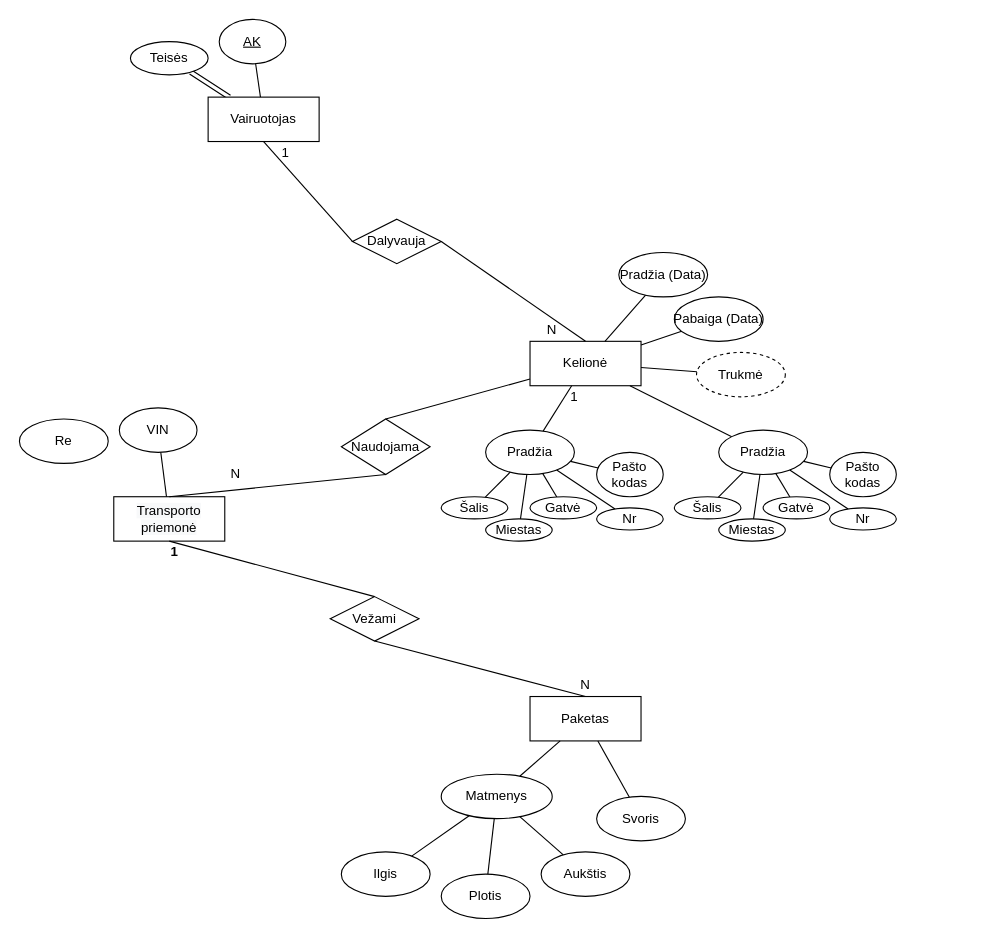
Earlier version of the draw.io diagram page "Page-1" (1 of 2) of Untitled Diagram.drawio (domanteli0/DBVS). Source tidied: cells renumbered, new cells numbered last; positions are measured from the earlier drawing's top-left corner, leaving out a move shared by most shapes. Both pictures are drawn from the tidied source at 111%, with x=0, y=0 at pixel (19, 19).
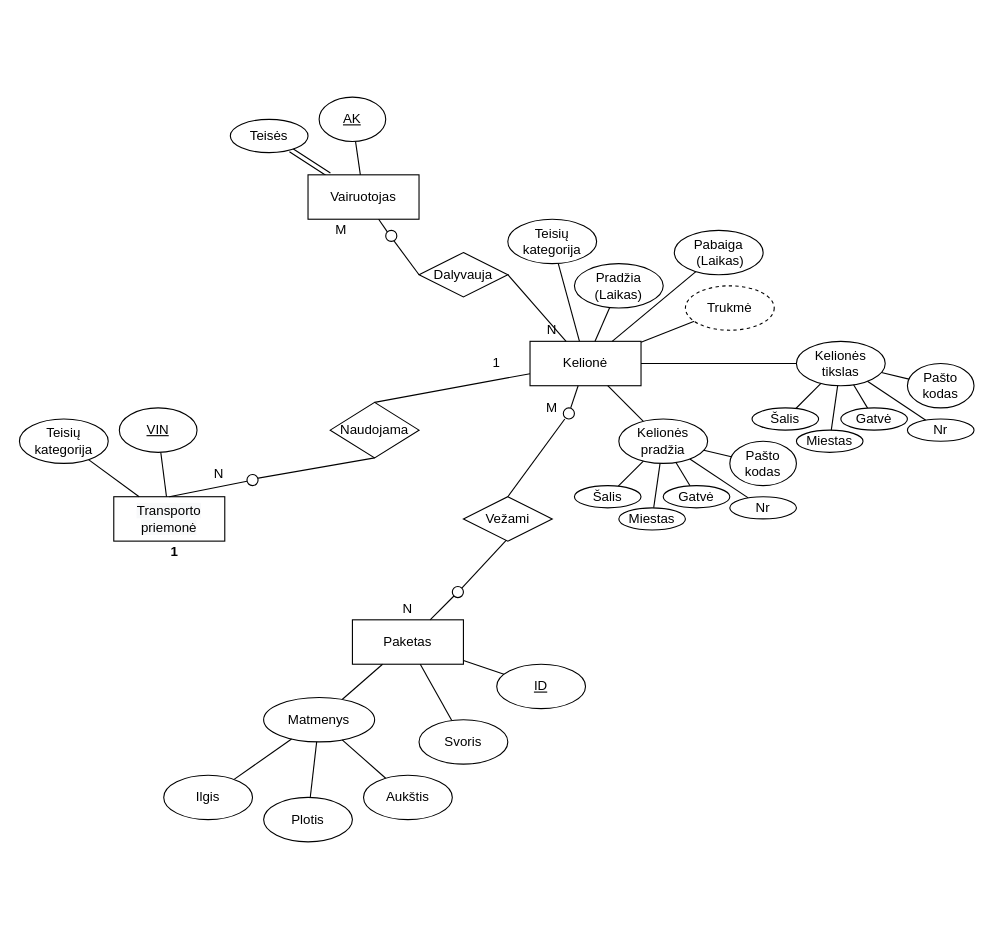
The same page after the edit.

Unchanged cells that the change refers to:
```xml
<mxCell id="5" value="Kelionė&lt;br&gt;" style="rounded=0;whiteSpace=wrap;html=1;" parent="1" vertex="1">
  <mxGeometry x="460" y="290" width="100" height="40" as="geometry" />
</mxCell>
<mxCell id="9" value="&lt;span style=&quot;caret-color: rgb(0, 0, 0); color: rgb(0, 0, 0); font-family: Helvetica; font-size: 12px; font-style: normal; font-variant-caps: normal; font-weight: 400; letter-spacing: normal; text-align: center; text-indent: 0px; text-transform: none; word-spacing: 0px; -webkit-text-stroke-width: 0px; background-color: rgb(248, 249, 250); text-decoration: none; float: none; display: inline !important;&quot;&gt;Transporto&lt;/span&gt;&lt;br style=&quot;caret-color: rgb(0, 0, 0); color: rgb(0, 0, 0); font-family: Helvetica; font-size: 12px; font-style: normal; font-variant-caps: normal; font-weight: 400; letter-spacing: normal; text-align: center; text-indent: 0px; text-transform: none; word-spacing: 0px; -webkit-text-stroke-width: 0px; text-decoration: none;&quot;&gt;&lt;span style=&quot;caret-color: rgb(0, 0, 0); color: rgb(0, 0, 0); font-family: Helvetica; font-size: 12px; font-style: normal; font-variant-caps: normal; font-weight: 400; letter-spacing: normal; text-align: center; text-indent: 0px; text-transform: none; word-spacing: 0px; -webkit-text-stroke-width: 0px; background-color: rgb(248, 249, 250); text-decoration: none; float: none; display: inline !important;&quot;&gt;priemonė&lt;/span&gt;" style="rounded=0;whiteSpace=wrap;html=1;" parent="1" vertex="1">
  <mxGeometry x="85" y="430" width="100" height="40" as="geometry" />
</mxCell>
```

Change to the diagram source:
```diff
@@
     <mxCell id="3" value="Vairuotojas" style="rounded=0;whiteSpace=wrap;html=1;" parent="1" vertex="1">
-      <mxGeometry x="170" y="70" width="100" height="40" as="geometry" />
+      <mxGeometry x="260" y="140" width="100" height="40" as="geometry" />
     </mxCell>
     <mxCell id="4" value="Teisės" style="ellipse;whiteSpace=wrap;html=1;" parent="1" vertex="1">
-      <mxGeometry x="100" y="20" width="70" height="30" as="geometry" />
+      <mxGeometry x="190" y="90" width="70" height="30" as="geometry" />
     </mxCell>
+    <mxCell id="68" style="edgeStyle=none;rounded=0;jettySize=auto;html=1;strokeWidth=1;fontFamily=Helvetica;fontSize=12;fontColor=default;endArrow=none;endFill=0;startSize=26;" parent="1" edge="1" source="5" target="80">
+      <mxGeometry relative="1" as="geometry" />
+    </mxCell>
@@
-    <mxCell id="7" value="1" style="shape=partialRectangle;whiteSpace=wrap;html=1;top=0;bottom=0;fillColor=none;strokeColor=none;sketch=0;noLabel=0;" parent="1" vertex="1">
-      <mxGeometry x="230" y="110" width="20" height="20" as="geometry" />
+    <mxCell id="7" value="M" style="shape=partialRectangle;whiteSpace=wrap;html=1;top=0;bottom=0;fillColor=none;strokeColor=none;sketch=0;noLabel=0;" parent="1" vertex="1">
+      <mxGeometry x="280" y="180" width="20" height="20" as="geometry" />
     </mxCell>
@@
     <mxCell id="10" value="Paketas" style="rounded=0;whiteSpace=wrap;html=1;" parent="1" vertex="1">
-      <mxGeometry x="460" y="610" width="100" height="40" as="geometry" />
+      <mxGeometry x="300" y="540.9" width="100" height="40" as="geometry" />
     </mxCell>
-    <mxCell id="11" style="endArrow=none;html=1;rounded=0;entryX=0.5;entryY=1;entryDx=0;entryDy=0;exitX=0.5;exitY=0;exitDx=0;exitDy=0;startArrow=none;" parent="1" edge="1" source="21" target="9">
+    <mxCell id="11" style="endArrow=none;html=1;rounded=0;exitX=0.5;exitY=0;exitDx=0;exitDy=0;startArrow=none;" parent="1" edge="1" source="21" target="73">
       <mxGeometry relative="1" as="geometry" />
     </mxCell>
     <mxCell id="12" value="N" style="shape=partialRectangle;whiteSpace=wrap;html=1;top=0;bottom=0;fillColor=none;strokeColor=none;sketch=0;noLabel=0;" parent="1" vertex="1">
-      <mxGeometry x="185" y="400" width="20" height="20" as="geometry" />
+      <mxGeometry x="170" y="400" width="20" height="20" as="geometry" />
     </mxCell>
     <mxCell id="13" value="1" style="shape=partialRectangle;whiteSpace=wrap;html=1;top=0;bottom=0;fillColor=none;strokeColor=none;sketch=0;noLabel=0;" parent="1" vertex="1">
-      <mxGeometry x="490" y="330" width="20" height="20" as="geometry" />
+      <mxGeometry x="420" y="300" width="20" height="20" as="geometry" />
     </mxCell>
@@
     <mxCell id="15" value="N" style="shape=partialRectangle;whiteSpace=wrap;html=1;top=0;bottom=0;fillColor=none;strokeColor=none;sketch=0;noLabel=0;" parent="1" vertex="1">
-      <mxGeometry x="500" y="590" width="20" height="20" as="geometry" />
+      <mxGeometry x="340" y="520.9" width="20" height="20" as="geometry" />
     </mxCell>
-    <mxCell id="16" style="edgeStyle=none;rounded=0;jettySize=auto;html=1;strokeWidth=1;fontFamily=Helvetica;fontSize=4;endArrow=none;endFill=0;entryX=0.5;entryY=1;entryDx=0;entryDy=0;exitX=0;exitY=0.5;exitDx=0;exitDy=0;" parent="1" edge="1" source="17" target="3">
+    <mxCell id="16" style="edgeStyle=none;rounded=0;jettySize=auto;html=1;strokeWidth=1;fontFamily=Helvetica;fontSize=4;endArrow=none;endFill=0;exitX=0;exitY=0.5;exitDx=0;exitDy=0;entryX=0.145;entryY=0.145;entryDx=0;entryDy=0;entryPerimeter=0;" parent="1" edge="1" source="17" target="82">
       <mxGeometry relative="1" as="geometry" />
     </mxCell>
     <mxCell id="17" value="&lt;font style=&quot;font-size: 12px;&quot;&gt;Dalyvauja&lt;br&gt;&lt;/font&gt;" style="rhombus;whiteSpace=wrap;html=1;sketch=0;fontFamily=Helvetica;fontSize=4;" parent="1" vertex="1">
-      <mxGeometry x="300" y="180" width="80" height="40" as="geometry" />
+      <mxGeometry x="360" y="210" width="80" height="40" as="geometry" />
     </mxCell>
-    <mxCell id="18" style="edgeStyle=none;rounded=0;jettySize=auto;html=1;strokeWidth=1;fontFamily=Helvetica;fontSize=4;endArrow=none;endFill=0;entryX=1;entryY=0.5;entryDx=0;entryDy=0;exitX=0.5;exitY=0;exitDx=0;exitDy=0;" parent="1" edge="1" source="5" target="17">
+    <mxCell id="18" style="edgeStyle=none;rounded=0;jettySize=auto;html=1;strokeWidth=1;fontFamily=Helvetica;fontSize=4;endArrow=none;endFill=0;entryX=1;entryY=0.5;entryDx=0;entryDy=0;" parent="1" edge="1" source="5" target="17">
       <mxGeometry relative="1" as="geometry" />
     </mxCell>
     <mxCell id="19" value="Naudojama" style="rhombus;whiteSpace=wrap;html=1;sketch=0;fontFamily=Helvetica;fontSize=12;" parent="1" vertex="1">
-      <mxGeometry x="290" y="360" width="80" height="50" as="geometry" />
+      <mxGeometry x="280" y="345" width="80" height="50" as="geometry" />
     </mxCell>
-    <mxCell id="20" style="endArrow=none;html=1;rounded=0;entryX=0.5;entryY=1;entryDx=0;entryDy=0;exitX=0.5;exitY=0;exitDx=0;exitDy=0;" parent="1" edge="1" source="9" target="19">
+    <mxCell id="20" style="endArrow=none;html=1;rounded=0;entryX=0.5;entryY=1;entryDx=0;entryDy=0;startArrow=none;exitX=0;exitY=0.5;exitDx=0;exitDy=0;exitPerimeter=0;" parent="1" edge="1" source="74" target="19">
       <mxGeometry relative="1" as="geometry" />
     </mxCell>
     <mxCell id="21" value="Vežami" style="rhombus;whiteSpace=wrap;html=1;sketch=0;fontFamily=Helvetica;fontSize=12;" parent="1" vertex="1">
-      <mxGeometry x="280" y="520" width="80" height="40" as="geometry" />
+      <mxGeometry x="400" y="430" width="80" height="40" as="geometry" />
     </mxCell>
-    <mxCell id="22" style="endArrow=none;html=1;rounded=0;entryX=0.5;entryY=1;entryDx=0;entryDy=0;exitX=0.5;exitY=0;exitDx=0;exitDy=0;" parent="1" edge="1" source="10" target="21">
-      <mxGeometry relative="1" as="geometry" />
-    </mxCell>
@@
     <mxCell id="24" value="Matmenys" style="ellipse;whiteSpace=wrap;html=1;sketch=0;fontFamily=Helvetica;fontSize=12;" parent="1" vertex="1">
-      <mxGeometry x="380" y="680" width="100" height="40" as="geometry" />
+      <mxGeometry x="220" y="610.9" width="100" height="40" as="geometry" />
     </mxCell>
@@
     <mxCell id="26" value="Ilgis" style="ellipse;whiteSpace=wrap;html=1;sketch=0;fontFamily=Helvetica;fontSize=12;" parent="1" vertex="1">
-      <mxGeometry x="290" y="750" width="80" height="40" as="geometry" />
+      <mxGeometry x="130" y="680.9" width="80" height="40" as="geometry" />
     </mxCell>
@@
     <mxCell id="28" value="Plotis" style="ellipse;whiteSpace=wrap;html=1;sketch=0;fontFamily=Helvetica;fontSize=12;" parent="1" vertex="1">
-      <mxGeometry x="380" y="770" width="80" height="40" as="geometry" />
+      <mxGeometry x="220" y="700.9" width="80" height="40" as="geometry" />
     </mxCell>
@@
     <mxCell id="30" value="Aukštis" style="ellipse;whiteSpace=wrap;html=1;sketch=0;fontFamily=Helvetica;fontSize=12;" parent="1" vertex="1">
-      <mxGeometry x="470" y="750" width="80" height="40" as="geometry" />
+      <mxGeometry x="310" y="680.9" width="80" height="40" as="geometry" />
     </mxCell>
@@
     <mxCell id="32" value="Svoris&lt;br&gt;" style="ellipse;whiteSpace=wrap;html=1;sketch=0;fontFamily=Helvetica;fontSize=12;" parent="1" vertex="1">
-      <mxGeometry x="520" y="700" width="80" height="40" as="geometry" />
+      <mxGeometry x="360" y="630.9" width="80" height="40" as="geometry" />
     </mxCell>
@@
     <mxCell id="34" value="&lt;u&gt;AK&lt;/u&gt;" style="ellipse;whiteSpace=wrap;html=1;sketch=0;fontFamily=Helvetica;fontSize=12;" parent="1" vertex="1">
-      <mxGeometry x="180" width="60" height="40" as="geometry" />
+      <mxGeometry x="270" y="70" width="60" height="40" as="geometry" />
     </mxCell>
@@
-    <mxCell id="36" value="Pradžia (Data)" style="ellipse;whiteSpace=wrap;html=1;sketch=0;fontFamily=Helvetica;fontSize=12;" parent="1" vertex="1">
-      <mxGeometry x="540" y="210" width="80" height="40" as="geometry" />
+    <mxCell id="36" value="Pradžia (Laikas)" style="ellipse;whiteSpace=wrap;html=1;sketch=0;fontFamily=Helvetica;fontSize=12;" parent="1" vertex="1">
+      <mxGeometry x="500" y="220" width="80" height="40" as="geometry" />
     </mxCell>
-    <mxCell id="37" style="edgeStyle=none;rounded=0;jettySize=auto;html=1;strokeWidth=1;fontFamily=Helvetica;fontSize=12;endArrow=none;endFill=0;" parent="1" edge="1" source="38" target="5">
+    <mxCell id="37" style="edgeStyle=none;rounded=0;jettySize=auto;html=1;strokeWidth=1;fontFamily=Helvetica;fontSize=12;fontColor=default;endArrow=none;endFill=0;startSize=26;" parent="1" edge="1" source="38" target="5">
       <mxGeometry relative="1" as="geometry" />
     </mxCell>
-    <mxCell id="38" value="Pabaiga&amp;nbsp;(Data)" style="ellipse;whiteSpace=wrap;html=1;sketch=0;fontFamily=Helvetica;fontSize=12;" parent="1" vertex="1">
-      <mxGeometry x="590" y="250" width="80" height="40" as="geometry" />
+    <mxCell id="38" value="Pabaiga&lt;br&gt;&amp;nbsp;(Laikas)" style="ellipse;html=1;sketch=0;fontFamily=Helvetica;fontSize=12;align=center;whiteSpace=wrap;" parent="1" vertex="1">
+      <mxGeometry x="590" y="190" width="80" height="40" as="geometry" />
     </mxCell>
-    <mxCell id="39" style="edgeStyle=none;rounded=0;jettySize=auto;html=1;strokeWidth=1;fontFamily=Helvetica;fontSize=12;endArrow=none;endFill=0;" parent="1" edge="1" source="40" target="5">
+    <mxCell id="39" style="edgeStyle=none;rounded=0;jettySize=auto;html=1;strokeWidth=1;fontFamily=Helvetica;fontSize=12;fontColor=default;endArrow=none;endFill=0;startSize=26;" parent="1" edge="1" source="40" target="5">
       <mxGeometry relative="1" as="geometry" />
     </mxCell>
     <mxCell id="40" value="Trukmė" style="ellipse;whiteSpace=wrap;html=1;sketch=0;fontFamily=Helvetica;fontSize=12;dashed=1;" parent="1" vertex="1">
-      <mxGeometry x="610" y="300" width="80" height="40" as="geometry" />
+      <mxGeometry x="600" y="240" width="80" height="40" as="geometry" />
     </mxCell>
@@
-    <mxCell id="42" value="Pradžia" style="ellipse;whiteSpace=wrap;html=1;sketch=0;fontFamily=Helvetica;fontSize=12;" parent="1" vertex="1">
-      <mxGeometry x="630" y="370" width="80" height="40" as="geometry" />
+    <mxCell id="42" value="Kelionės tikslas" style="ellipse;whiteSpace=wrap;html=1;sketch=0;fontFamily=Helvetica;fontSize=12;" parent="1" vertex="1">
+      <mxGeometry x="700" y="290" width="80" height="40" as="geometry" />
     </mxCell>
@@
     <mxCell id="44" value="Šalis" style="ellipse;whiteSpace=wrap;html=1;sketch=0;fontFamily=Helvetica;fontSize=12;" parent="1" vertex="1">
-      <mxGeometry x="590" y="430" width="60" height="20" as="geometry" />
+      <mxGeometry x="660" y="350" width="60" height="20" as="geometry" />
     </mxCell>
@@
     <mxCell id="46" value="Miestas" style="ellipse;whiteSpace=wrap;html=1;sketch=0;fontFamily=Helvetica;fontSize=12;" parent="1" vertex="1">
-      <mxGeometry x="630" y="450" width="60" height="20" as="geometry" />
+      <mxGeometry x="700" y="370" width="60" height="20" as="geometry" />
     </mxCell>
@@
     <mxCell id="48" value="Gatvė" style="ellipse;whiteSpace=wrap;html=1;sketch=0;fontFamily=Helvetica;fontSize=12;" parent="1" vertex="1">
-      <mxGeometry x="670" y="430" width="60" height="20" as="geometry" />
+      <mxGeometry x="740" y="350" width="60" height="20" as="geometry" />
     </mxCell>
@@
     <mxCell id="50" value="Pašto kodas" style="ellipse;whiteSpace=wrap;html=1;sketch=0;fontFamily=Helvetica;fontSize=12;" parent="1" vertex="1">
-      <mxGeometry x="730" y="390" width="60" height="40" as="geometry" />
+      <mxGeometry x="800" y="310" width="60" height="40" as="geometry" />
     </mxCell>
@@
     <mxCell id="52" value="Nr" style="ellipse;whiteSpace=wrap;html=1;sketch=0;fontFamily=Helvetica;fontSize=12;" parent="1" vertex="1">
-      <mxGeometry x="730" y="440" width="60" height="20" as="geometry" />
+      <mxGeometry x="800" y="360" width="60" height="20" as="geometry" />
     </mxCell>
@@
-    <mxCell id="54" value="Pradžia" style="ellipse;whiteSpace=wrap;html=1;sketch=0;fontFamily=Helvetica;fontSize=12;" parent="1" vertex="1">
-      <mxGeometry x="420" y="370" width="80" height="40" as="geometry" />
+    <mxCell id="54" value="Kelionės pradžia" style="ellipse;whiteSpace=wrap;html=1;sketch=0;fontFamily=Helvetica;fontSize=12;" parent="1" vertex="1">
+      <mxGeometry x="540" y="360" width="80" height="40" as="geometry" />
     </mxCell>
@@
     <mxCell id="56" value="Šalis" style="ellipse;whiteSpace=wrap;html=1;sketch=0;fontFamily=Helvetica;fontSize=12;" parent="1" vertex="1">
-      <mxGeometry x="380" y="430" width="60" height="20" as="geometry" />
+      <mxGeometry x="500" y="420" width="60" height="20" as="geometry" />
     </mxCell>
@@
     <mxCell id="58" value="Miestas" style="ellipse;whiteSpace=wrap;html=1;sketch=0;fontFamily=Helvetica;fontSize=12;" parent="1" vertex="1">
-      <mxGeometry x="420" y="450" width="60" height="20" as="geometry" />
+      <mxGeometry x="540" y="440" width="60" height="20" as="geometry" />
     </mxCell>
@@
     <mxCell id="60" value="Gatvė" style="ellipse;whiteSpace=wrap;html=1;sketch=0;fontFamily=Helvetica;fontSize=12;" parent="1" vertex="1">
-      <mxGeometry x="460" y="430" width="60" height="20" as="geometry" />
+      <mxGeometry x="580" y="420" width="60" height="20" as="geometry" />
     </mxCell>
@@
     <mxCell id="62" value="Pašto kodas" style="ellipse;whiteSpace=wrap;html=1;sketch=0;fontFamily=Helvetica;fontSize=12;" parent="1" vertex="1">
-      <mxGeometry x="520" y="390" width="60" height="40" as="geometry" />
+      <mxGeometry x="640" y="380" width="60" height="40" as="geometry" />
     </mxCell>
@@
     <mxCell id="64" value="Nr" style="ellipse;whiteSpace=wrap;html=1;sketch=0;fontFamily=Helvetica;fontSize=12;" parent="1" vertex="1">
-      <mxGeometry x="520" y="440" width="60" height="20" as="geometry" />
+      <mxGeometry x="640" y="430" width="60" height="20" as="geometry" />
     </mxCell>
@@
-    <mxCell id="66" value="VIN" style="ellipse;whiteSpace=wrap;html=1;sketch=0;fontFamily=Helvetica;fontSize=12;" parent="1" vertex="1">
+    <mxCell id="66" value="&lt;u&gt;VIN&lt;/u&gt;" style="ellipse;whiteSpace=wrap;html=1;sketch=0;fontFamily=Helvetica;fontSize=12;" parent="1" vertex="1">
       <mxGeometry x="90" y="350" width="70" height="40" as="geometry" />
     </mxCell>
+    <mxCell id="69" style="edgeStyle=none;rounded=0;jettySize=auto;html=1;strokeWidth=1;fontFamily=Helvetica;fontSize=12;endArrow=none;endFill=0;" parent="1" edge="1" source="67" target="9">
+      <mxGeometry relative="1" as="geometry" />
+    </mxCell>
-    <mxCell id="67" value="Re" style="ellipse;whiteSpace=wrap;html=1;sketch=0;fontFamily=Helvetica;fontSize=12;" parent="1" vertex="1">
+    <mxCell id="67" value="Teisių kategorija" style="ellipse;whiteSpace=wrap;html=1;sketch=0;fontFamily=Helvetica;fontSize=12;" parent="1" vertex="1">
       <mxGeometry y="360" width="80" height="40" as="geometry" />
     </mxCell>
+    <mxCell id="70" style="edgeStyle=none;rounded=0;jettySize=auto;html=1;strokeWidth=1;fontFamily=Helvetica;fontSize=12;fontColor=default;endArrow=none;endFill=0;startSize=26;" parent="1" edge="1" source="71" target="10">
+      <mxGeometry relative="1" as="geometry" />
+    </mxCell>
+    <mxCell id="71" value="&lt;u&gt;ID&lt;/u&gt;" style="ellipse;whiteSpace=wrap;html=1;sketch=0;fontFamily=Helvetica;fontSize=12;" parent="1" vertex="1">
+      <mxGeometry x="430" y="580.9" width="80" height="40" as="geometry" />
+    </mxCell>
+    <mxCell id="72" style="edgeStyle=none;rounded=0;jettySize=auto;html=1;strokeWidth=1;fontFamily=Helvetica;fontSize=12;fontColor=default;endArrow=none;endFill=0;startSize=26;" parent="1" edge="1" source="73" target="5">
+      <mxGeometry relative="1" as="geometry" />
+    </mxCell>
+    <mxCell id="73" style="verticalLabelPosition=bottom;verticalAlign=top;html=1;shape=mxgraph.flowchart.on-page_reference;sketch=0;fontFamily=Helvetica;fontSize=12;startSize=26;" parent="1" vertex="1">
+      <mxGeometry x="490" y="350" width="10" height="10" as="geometry" />
+    </mxCell>
+    <mxCell id="74" style="verticalLabelPosition=bottom;verticalAlign=top;html=1;shape=mxgraph.flowchart.on-page_reference;sketch=0;fontFamily=Helvetica;fontSize=12;startSize=26;" parent="1" vertex="1">
+      <mxGeometry x="205" y="410" width="10" height="10" as="geometry" />
+    </mxCell>
+    <mxCell id="75" style="endArrow=none;html=1;rounded=0;exitX=0.5;exitY=0;exitDx=0;exitDy=0;" parent="1" edge="1" source="9" target="74">
+      <mxGeometry relative="1" as="geometry" />
+    </mxCell>
+    <mxCell id="76" style="endArrow=none;html=1;rounded=0;startArrow=none;entryX=0.145;entryY=0.855;entryDx=0;entryDy=0;entryPerimeter=0;" parent="1" edge="1" source="10" target="79">
+      <mxGeometry relative="1" as="geometry" />
+    </mxCell>
+    <mxCell id="77" style="rounded=0;jettySize=auto;html=1;strokeWidth=1;fontFamily=Helvetica;fontSize=12;fontColor=default;endArrow=none;endFill=0;startSize=26;entryX=0.481;entryY=0.983;entryDx=0;entryDy=0;entryPerimeter=0;exitX=0.855;exitY=0.145;exitDx=0;exitDy=0;exitPerimeter=0;" parent="1" edge="1" source="79" target="21">
+      <mxGeometry relative="1" as="geometry" />
+    </mxCell>
+    <mxCell id="78" value="M" style="shape=partialRectangle;whiteSpace=wrap;html=1;top=0;bottom=0;fillColor=none;strokeColor=none;sketch=0;noLabel=0;" parent="1" vertex="1">
+      <mxGeometry x="470" y="340" width="20" height="20" as="geometry" />
+    </mxCell>
+    <mxCell id="79" style="verticalLabelPosition=bottom;verticalAlign=top;html=1;shape=mxgraph.flowchart.on-page_reference;sketch=0;fontFamily=Helvetica;fontSize=12;startSize=26;" parent="1" vertex="1">
+      <mxGeometry x="390" y="510.9" width="10" height="10" as="geometry" />
+    </mxCell>
+    <mxCell id="80" value="Teisių kategorija" style="ellipse;whiteSpace=wrap;html=1;sketch=0;fontFamily=Helvetica;fontSize=12;" parent="1" vertex="1">
+      <mxGeometry x="440" y="180" width="80" height="40" as="geometry" />
+    </mxCell>
+    <mxCell id="81" style="edgeStyle=none;rounded=0;jettySize=auto;html=1;exitX=0.145;exitY=0.145;exitDx=0;exitDy=0;exitPerimeter=0;strokeWidth=1;fontFamily=Helvetica;fontSize=12;fontColor=default;endArrow=none;endFill=0;startSize=26;" parent="1" edge="1" source="82" target="3">
+      <mxGeometry relative="1" as="geometry" />
+    </mxCell>
+    <mxCell id="82" style="verticalLabelPosition=bottom;verticalAlign=top;html=1;shape=mxgraph.flowchart.on-page_reference;sketch=0;fontFamily=Helvetica;fontSize=12;startSize=26;" parent="1" vertex="1">
+      <mxGeometry x="330" y="190" width="10" height="10" as="geometry" />
+    </mxCell>
```
